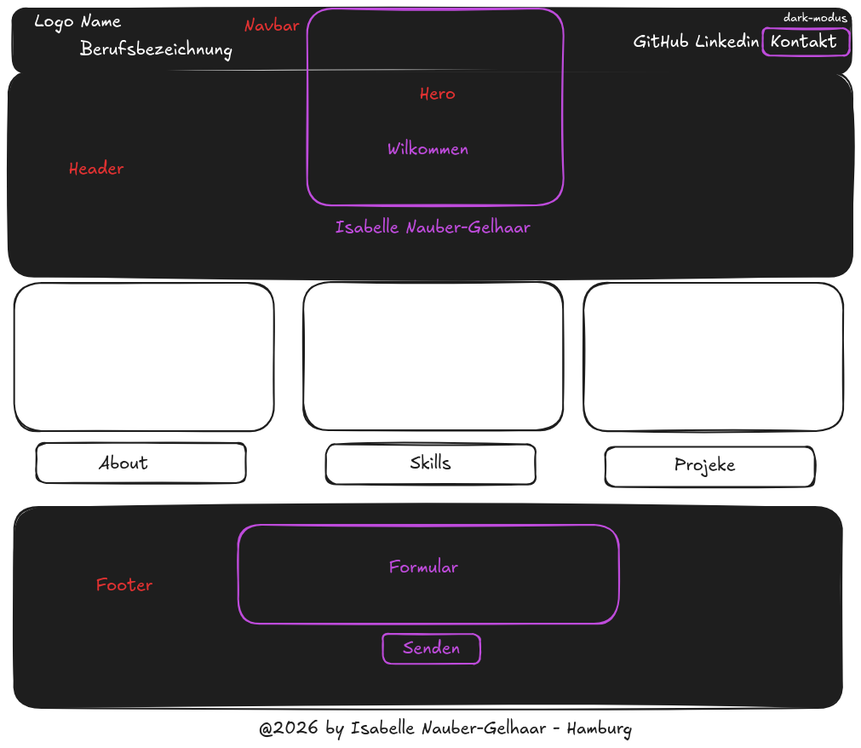
IsaN-G/Portfolio keeps this Excalidraw diagram as public/.excalidraw.png. Above is the earlier version. Source tidied: one line per element, renumbered; positions are measured from the earlier drawing's top-left corner, leaving out a move shared by most shapes.
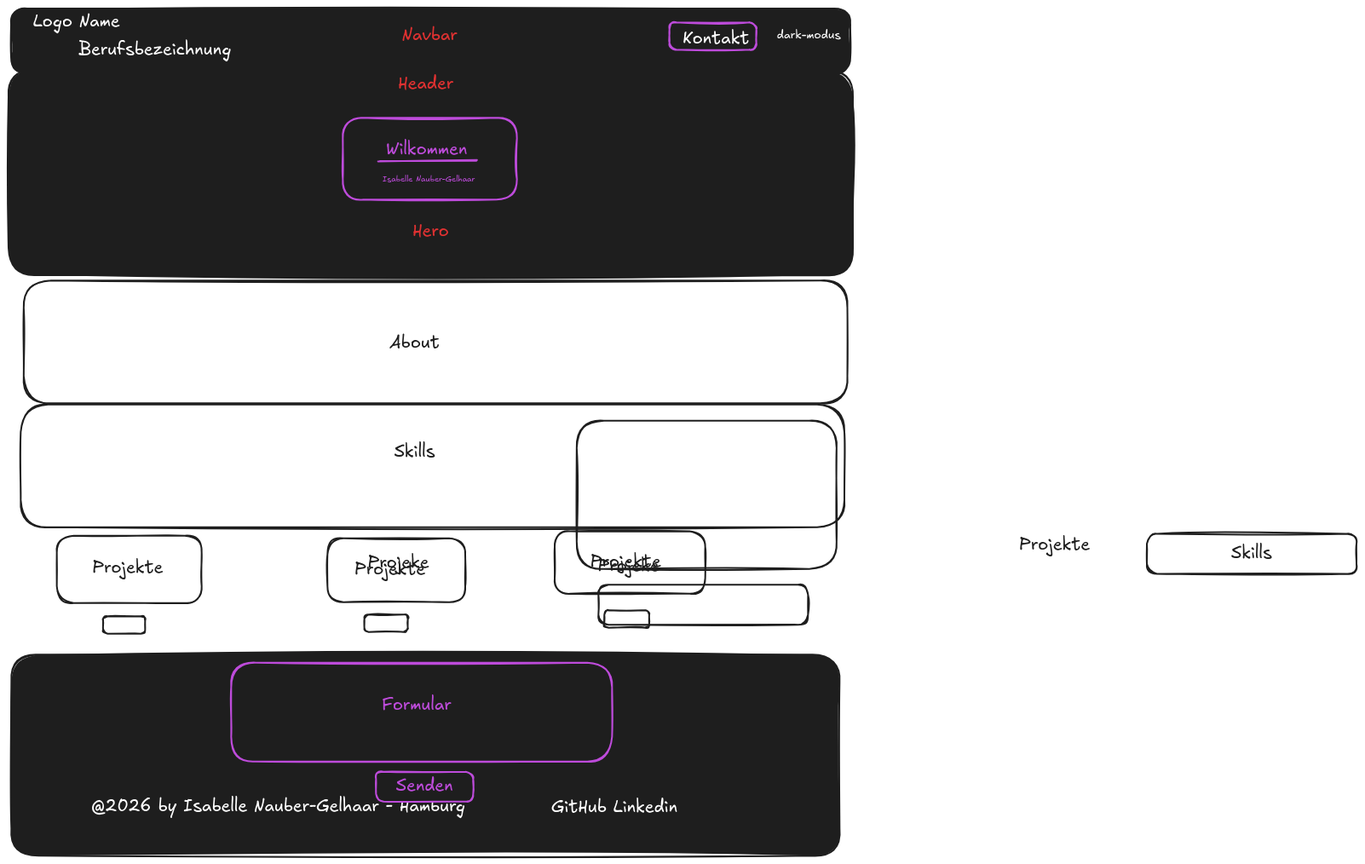
The same diagram one commit later.

Change to the diagram source:
```diff
@@ -1,30 +1,30 @@
-{"id": 0, "type": "rectangle", "strokeColor": "#1e1e1e", "backgroundColor": "#1e1e1e", "fillStyle": "solid", "strokeWidth": 2, "roughness": 1, "round": true, "x": 5, "y": 0, "width": 985, "height": 76}
+{"id": 0, "type": "rectangle", "strokeColor": "#1e1e1e", "backgroundColor": "#1e1e1e", "fillStyle": "solid", "strokeWidth": 2, "roughness": 1, "round": true, "x": 11, "y": -162, "width": 985, "height": 76}
-{"id": 1, "type": "rectangle", "strokeColor": "#1e1e1e", "backgroundColor": "#1e1e1e", "fillStyle": "solid", "strokeWidth": 2, "roughness": 1, "round": true, "x": 0, "y": 74, "width": 991, "height": 241}
+{"id": 1, "type": "rectangle", "strokeColor": "#1e1e1e", "backgroundColor": "#1e1e1e", "fillStyle": "solid", "strokeWidth": 2, "roughness": 1, "round": true, "x": 8, "y": -90, "width": 991, "height": 241}
-{"id": 2, "type": "rectangle", "strokeColor": "#be4bdb", "strokeWidth": 2, "roughness": 1, "round": true, "x": 351, "y": 0, "width": 301, "height": 231}
+{"id": 2, "type": "rectangle", "strokeColor": "#be4bdb", "strokeWidth": 2, "roughness": 1, "round": true, "x": 401, "y": -33, "width": 204, "height": 96}
-{"id": 3, "type": "rectangle", "strokeColor": "#1e1e1e", "strokeWidth": 2, "roughness": 1, "round": true, "x": 7, "y": 322, "width": 305, "height": 174}
+{"id": 3, "type": "rectangle", "strokeColor": "#1e1e1e", "strokeWidth": 2, "roughness": 1, "round": true, "x": 65, "y": 457, "width": 170, "height": 79}
-{"id": 4, "type": "rectangle", "strokeColor": "#1e1e1e", "strokeWidth": 2, "roughness": 1, "round": true, "x": 346, "y": 321, "width": 305, "height": 174}
+{"id": 4, "type": "rectangle", "strokeColor": "#1e1e1e", "strokeWidth": 2, "roughness": 1, "round": true, "x": 26, "y": 158, "width": 967, "height": 144}
-{"id": 5, "type": "rectangle", "strokeColor": "#1e1e1e", "strokeWidth": 2, "roughness": 1, "round": true, "x": 675, "y": 322, "width": 305, "height": 174}
-{"id": 6, "type": "rectangle", "strokeColor": "#1e1e1e", "strokeWidth": 2, "roughness": 1, "round": true, "x": 33, "y": 510, "width": 246, "height": 47}
+{"id": 6, "type": "rectangle", "strokeColor": "#1e1e1e", "strokeWidth": 2, "roughness": 1, "round": true, "x": 119, "y": 552, "width": 49, "height": 20}
-{"id": 7, "type": "rectangle", "strokeColor": "#1e1e1e", "strokeWidth": 2, "roughness": 1, "round": true, "x": 701, "y": 514, "width": 246, "height": 47}
-{"id": 8, "type": "rectangle", "strokeColor": "#1e1e1e", "strokeWidth": 2, "roughness": 1, "round": true, "x": 373, "y": 512, "width": 246, "height": 47}
-{"id": 9, "type": "text", "text": "Skills", "strokeColor": "#1e1e1e", "strokeWidth": 2, "roughness": 1, "fontSize": 20, "fontFamily": 5, "textAlign": "center", "verticalAlign": "middle", "inside": 8, "x": 472, "y": 522, "width": 48, "height": 25}
-{"id": 10, "type": "rectangle", "strokeColor": "#1e1e1e", "backgroundColor": "#1e1e1e", "fillStyle": "solid", "strokeWidth": 2, "roughness": 1, "round": true, "x": 7, "y": 585, "width": 972, "height": 236}
+{"id": 10, "type": "rectangle", "strokeColor": "#1e1e1e", "backgroundColor": "#1e1e1e", "fillStyle": "solid", "strokeWidth": 2, "roughness": 1, "round": true, "x": 12, "y": 597, "width": 972, "height": 236}
-{"id": 11, "type": "text", "text": "@2026 by Isabelle Nauber-Gelhaar - Hamburg", "strokeColor": "#1e1e1e", "strokeWidth": 2, "roughness": 1, "fontSize": 20, "fontFamily": 5, "x": 294, "y": 833, "width": 439, "height": 25}
+{"id": 11, "type": "text", "text": "@2026 by Isabelle Nauber-Gelhaar - Hamburg", "strokeColor": "#ffffff", "strokeWidth": 2, "roughness": 1, "fontSize": 20, "fontFamily": 5, "x": 105, "y": 763, "width": 439, "height": 25}
-{"id": 12, "type": "text", "text": "Logo Name ", "strokeColor": "#ffffff", "strokeWidth": 2, "roughness": 1, "fontSize": 20, "fontFamily": 5, "x": 31, "y": 3, "width": 110, "height": 25}
+{"id": 12, "type": "text", "text": "Logo Name ", "strokeColor": "#ffffff", "strokeWidth": 2, "roughness": 1, "fontSize": 20, "fontFamily": 5, "x": 37, "y": -159, "width": 110, "height": 25}
-{"id": 13, "type": "text", "text": "Berufsbezeichnung", "strokeColor": "#ffffff", "strokeWidth": 2, "roughness": 1, "fontSize": 20, "fontFamily": 5, "x": 84, "y": 36, "width": 179, "height": 25}
+{"id": 13, "type": "text", "text": "Berufsbezeichnung", "strokeColor": "#ffffff", "strokeWidth": 2, "roughness": 1, "fontSize": 20, "fontFamily": 5, "x": 90, "y": -126, "width": 179, "height": 25}
-{"id": 14, "type": "text", "text": "Wilkommen", "strokeColor": "#be4bdb", "strokeWidth": 2, "roughness": 1, "fontSize": 20, "fontFamily": 5, "x": 445, "y": 153, "width": 96, "height": 25}
+{"id": 14, "type": "text", "text": "Wilkommen", "strokeColor": "#be4bdb", "strokeWidth": 2, "roughness": 1, "fontSize": 20, "fontFamily": 5, "x": 451, "y": -9, "width": 96, "height": 25}
-{"id": 15, "type": "text", "text": "Isabelle Nauber-Gelhaar", "strokeColor": "#be4bdb", "strokeWidth": 2, "roughness": 1, "fontSize": 20, "fontFamily": 5, "x": 384, "y": 245, "width": 229, "height": 25}
+{"id": 15, "type": "text", "text": "Isabelle Nauber-Gelhaar", "strokeColor": "#be4bdb", "strokeWidth": 2, "roughness": 1, "fontSize": 9.47, "fontFamily": 5, "x": 447, "y": 33, "width": 109, "height": 12}
-{"id": 16, "type": "text", "text": "GitHub Linkedin", "strokeColor": "#ffffff", "strokeWidth": 2, "roughness": 1, "fontSize": 20, "fontFamily": 5, "x": 734, "y": 27, "width": 148, "height": 25}
+{"id": 16, "type": "text", "text": "GitHub Linkedin", "strokeColor": "#ffffff", "strokeWidth": 2, "roughness": 1, "fontSize": 20, "fontFamily": 5, "x": 645, "y": 764, "width": 148, "height": 25}
-{"id": 17, "type": "text", "text": "Kontakt", "strokeColor": "#ffffff", "strokeWidth": 2, "roughness": 1, "fontSize": 20, "fontFamily": 5, "x": 895, "y": 27, "width": 78, "height": 25}
+{"id": 17, "type": "text", "text": "Kontakt", "strokeColor": "#ffffff", "strokeWidth": 2, "roughness": 1, "fontSize": 20, "fontFamily": 5, "x": 800, "y": -138, "width": 78, "height": 25}
-{"id": 18, "type": "text", "text": "dark-modus", "strokeColor": "#ffffff", "strokeWidth": 2, "roughness": 1, "fontSize": 13.66, "fontFamily": 5, "x": 910, "y": 3, "width": 75, "height": 17}
+{"id": 18, "type": "text", "text": "dark-modus", "strokeColor": "#ffffff", "strokeWidth": 2, "roughness": 1, "fontSize": 13.66, "fontFamily": 5, "x": 910, "y": -139, "width": 75, "height": 17}
-{"id": 19, "type": "rectangle", "strokeColor": "#be4bdb", "strokeWidth": 2, "roughness": 1, "round": true, "x": 886, "y": 23, "width": 102, "height": 32}
+{"id": 19, "type": "rectangle", "strokeColor": "#be4bdb", "strokeWidth": 2, "roughness": 1, "round": true, "x": 784, "y": -145, "width": 102, "height": 32}
-{"id": 20, "type": "text", "text": "About", "strokeColor": "#1e1e1e", "strokeWidth": 2, "roughness": 1, "fontSize": 20, "fontFamily": 5, "x": 106, "y": 522, "width": 59, "height": 25}
+{"id": 20, "type": "text", "text": "About", "strokeColor": "#1e1e1e", "strokeWidth": 2, "roughness": 1, "fontSize": 20, "fontFamily": 5, "x": 456, "y": 219, "width": 59, "height": 25}
-{"id": 21, "type": "text", "text": "Projeke", "strokeColor": "#1e1e1e", "strokeWidth": 2, "roughness": 1, "fontSize": 20, "fontFamily": 5, "x": 782, "y": 524, "width": 72, "height": 25}
+{"id": 21, "type": "text", "text": "Projekte", "strokeColor": "#1e1e1e", "strokeWidth": 2, "roughness": 1, "fontSize": 20, "fontFamily": 5, "x": 107, "y": 482, "width": 83, "height": 25}
-{"id": 22, "type": "text", "text": "Navbar", "strokeColor": "#e03131", "backgroundColor": "#1e1e1e", "fillStyle": "solid", "strokeWidth": 2, "roughness": 1, "fontSize": 20, "fontFamily": 5, "x": 277, "y": 8, "width": 65, "height": 25}
+{"id": 22, "type": "text", "text": "Navbar", "strokeColor": "#e03131", "backgroundColor": "#1e1e1e", "fillStyle": "solid", "strokeWidth": 2, "roughness": 1, "fontSize": 20, "fontFamily": 5, "x": 470, "y": -142, "width": 65, "height": 25}
-{"id": 23, "type": "text", "text": "Hero", "strokeColor": "#e03131", "backgroundColor": "#1e1e1e", "fillStyle": "solid", "strokeWidth": 2, "roughness": 1, "fontSize": 20, "fontFamily": 5, "x": 483, "y": 88, "width": 42, "height": 25}
-{"id": 24, "type": "text", "text": "Header", "strokeColor": "#e03131", "backgroundColor": "#1e1e1e", "fillStyle": "solid", "strokeWidth": 2, "roughness": 1, "fontSize": 20, "fontFamily": 5, "x": 71, "y": 176, "width": 65, "height": 25}
+{"id": 24, "type": "text", "text": "Header", "strokeColor": "#e03131", "backgroundColor": "#1e1e1e", "fillStyle": "solid", "strokeWidth": 2, "roughness": 1, "fontSize": 20, "fontFamily": 5, "x": 466, "y": -86, "width": 65, "height": 25}
-{"id": 25, "type": "text", "text": "Footer", "strokeColor": "#e03131", "backgroundColor": "#1e1e1e", "fillStyle": "solid", "strokeWidth": 2, "roughness": 1, "fontSize": 20, "fontFamily": 5, "x": 103, "y": 665, "width": 67, "height": 25}
+{"id": 25, "type": "text", "text": "Footer", "strokeColor": "#e03131", "backgroundColor": "#1e1e1e", "fillStyle": "solid", "strokeWidth": 2, "roughness": 1, "fontSize": 20, "fontFamily": 5, "x": 446, "y": 663, "width": 67, "height": 25}
-{"id": 26, "type": "rectangle", "strokeColor": "#be4bdb", "backgroundColor": "#1e1e1e", "fillStyle": "solid", "strokeWidth": 2, "roughness": 1, "round": true, "x": 270, "y": 606, "width": 447, "height": 116}
-{"id": 27, "type": "rectangle", "strokeColor": "#be4bdb", "backgroundColor": "#1e1e1e", "fillStyle": "solid", "strokeWidth": 2, "roughness": 1, "round": true, "x": 440, "y": 734, "width": 114, "height": 35}
-{"id": 28, "type": "text", "text": "Senden", "strokeColor": "#be4bdb", "backgroundColor": "#1e1e1e", "fillStyle": "solid", "strokeWidth": 2, "roughness": 1, "fontSize": 20, "fontFamily": 5, "textAlign": "center", "verticalAlign": "middle", "inside": 27, "x": 463, "y": 739, "width": 67, "height": 25}
-{"id": 29, "type": "text", "text": "Formular", "strokeColor": "#be4bdb", "backgroundColor": "#1e1e1e", "fillStyle": "solid", "strokeWidth": 2, "roughness": 1, "fontSize": 20, "fontFamily": 5, "x": 447, "y": 644, "width": 81, "height": 25}
+{"id": 30, "type": "rectangle", "strokeColor": "#1e1e1e", "strokeWidth": 2, "roughness": 1, "round": true, "x": 23, "y": 303, "width": 967, "height": 144}
+{"id": 9, "type": "text", "text": "Skills", "strokeColor": "#1e1e1e", "strokeWidth": 2, "roughness": 1, "fontSize": 20, "fontFamily": 5, "x": 461, "y": 347, "width": 48, "height": 25}
+{"id": 31, "type": "rectangle", "strokeColor": "#1e1e1e", "strokeWidth": 2, "roughness": 1, "round": true, "x": 708, "y": 545, "width": 53, "height": 20}
+{"id": 32, "type": "rectangle", "strokeColor": "#1e1e1e", "strokeWidth": 2, "roughness": 1, "round": true, "x": 426, "y": 550, "width": 51, "height": 20}
+{"id": 33, "type": "rectangle", "strokeColor": "#1e1e1e", "strokeWidth": 2, "roughness": 1, "round": true, "x": 383, "y": 460, "width": 162, "height": 75}
+{"id": 34, "type": "rectangle", "strokeColor": "#1e1e1e", "strokeWidth": 2, "roughness": 1, "round": true, "x": 649, "y": 452, "width": 177, "height": 73}
+{"id": 35, "type": "text", "text": "Projekte", "strokeColor": "#1e1e1e", "strokeWidth": 2, "roughness": 1, "fontSize": 20, "fontFamily": 5, "x": 414, "y": 484, "width": 83, "height": 25}
+{"id": 36, "type": "text", "text": "Projekte", "strokeColor": "#1e1e1e", "strokeWidth": 2, "roughness": 1, "fontSize": 20, "fontFamily": 5, "x": 691, "y": 476, "width": 83, "height": 25}
+{"id": 37, "type": "line", "strokeColor": "#be4bdb", "strokeWidth": 2, "roughness": 1, "round": true, "x": 443, "y": 17, "width": 115, "height": 0, "points": [[0, 0], [115, 0]]}
```
